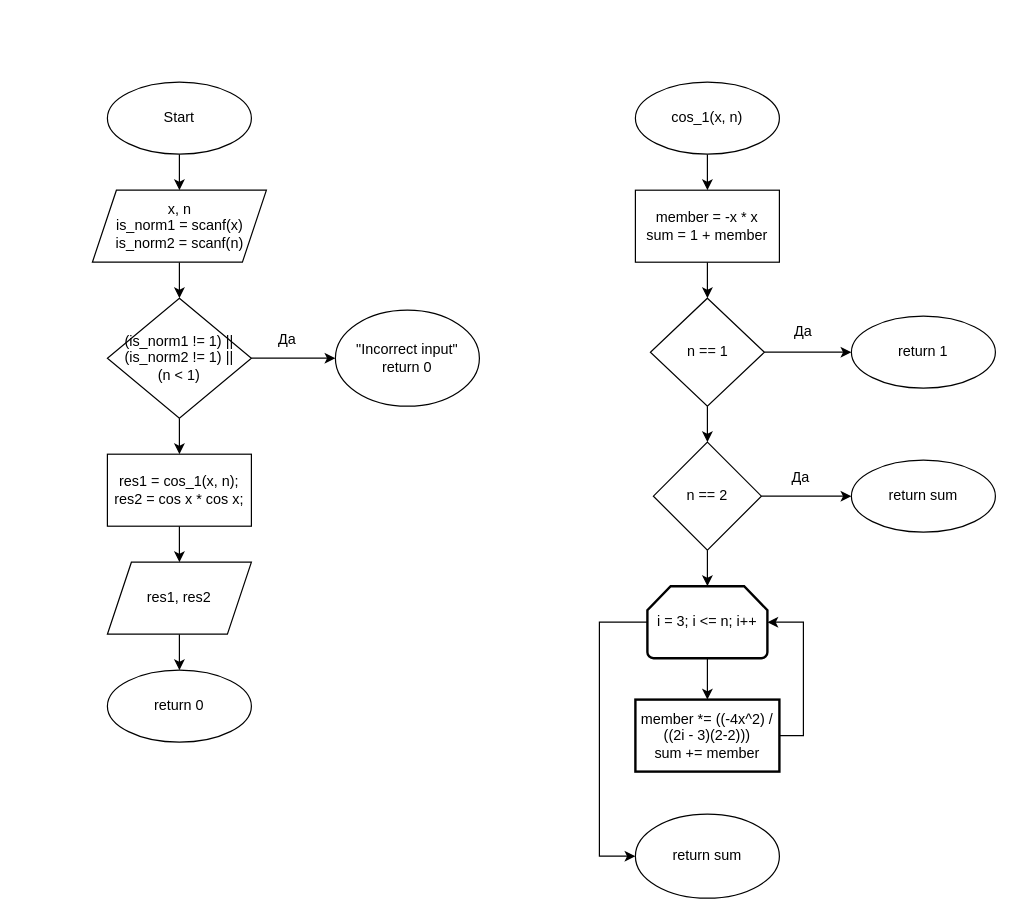
Earlier version of the draw.io diagram labs/lab2/lab2.drawio (Glebins/mephi_labs). Source tidied: cells renumbered, new cells numbered last; positions are measured from the earlier drawing's top-left corner, leaving out a move shared by most shapes. Both pictures are drawn from the tidied source at 120%, with x=0, y=0 at pixel (92, 82).
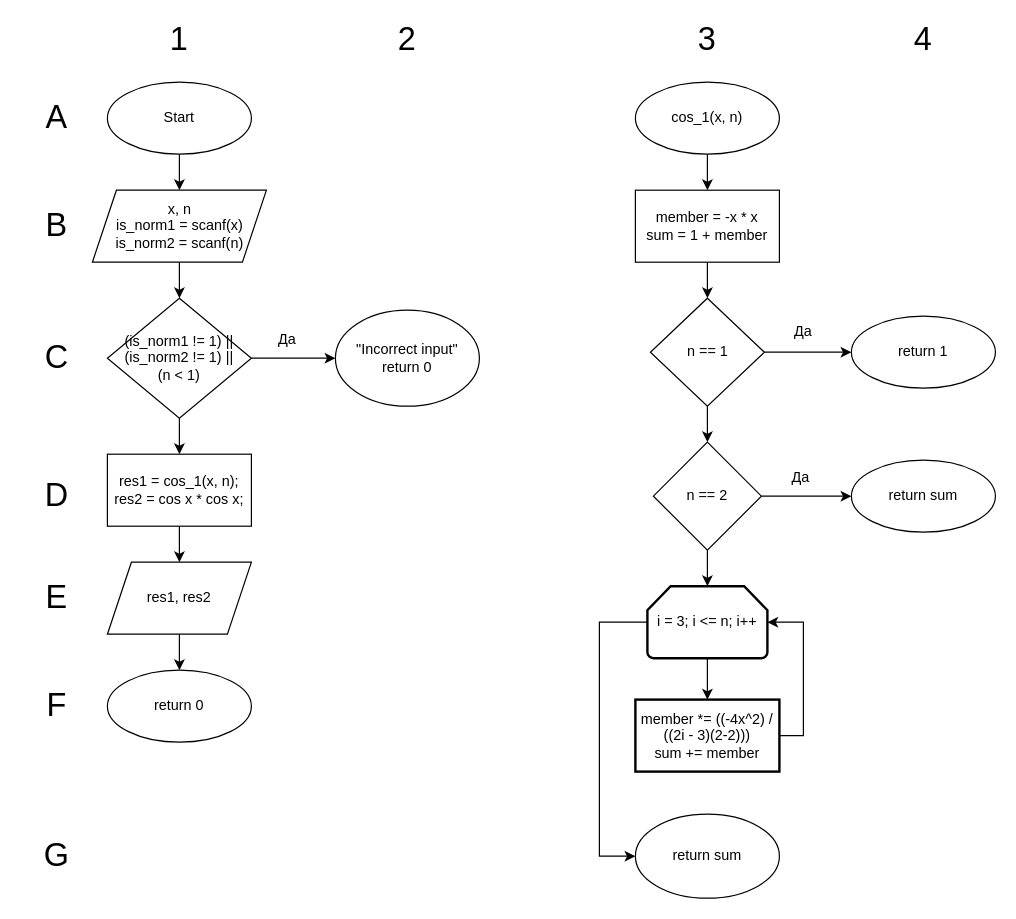
Above is the later version.

The edit, as a diff of the source:
```diff
@@
+    <mxCell id="36" value="&lt;font style=&quot;font-size: 27px;&quot;&gt;1&lt;/font&gt;" style="text;html=1;strokeColor=none;fillColor=none;align=center;verticalAlign=middle;whiteSpace=wrap;rounded=0;strokeWidth=10;" parent="1" vertex="1">
+      <mxGeometry x="42" y="-50" width="60" height="30" as="geometry" />
+    </mxCell>
+    <mxCell id="37" value="&lt;font style=&quot;font-size: 27px;&quot;&gt;A&lt;/font&gt;" style="text;html=1;strokeColor=none;fillColor=none;align=center;verticalAlign=middle;whiteSpace=wrap;rounded=0;strokeWidth=10;" parent="1" vertex="1">
+      <mxGeometry x="-60.5" y="15" width="60" height="30" as="geometry" />
+    </mxCell>
+    <mxCell id="38" value="&lt;font style=&quot;font-size: 27px;&quot;&gt;B&lt;/font&gt;" style="text;html=1;strokeColor=none;fillColor=none;align=center;verticalAlign=middle;whiteSpace=wrap;rounded=0;strokeWidth=10;" parent="1" vertex="1">
+      <mxGeometry x="-60.5" y="105" width="60" height="30" as="geometry" />
+    </mxCell>
+    <mxCell id="39" value="&lt;font style=&quot;font-size: 27px;&quot;&gt;C&lt;/font&gt;" style="text;html=1;strokeColor=none;fillColor=none;align=center;verticalAlign=middle;whiteSpace=wrap;rounded=0;strokeWidth=10;" parent="1" vertex="1">
+      <mxGeometry x="-60.5" y="215" width="60" height="30" as="geometry" />
+    </mxCell>
+    <mxCell id="40" value="&lt;font style=&quot;font-size: 27px;&quot;&gt;D&lt;/font&gt;" style="text;html=1;strokeColor=none;fillColor=none;align=center;verticalAlign=middle;whiteSpace=wrap;rounded=0;strokeWidth=10;" parent="1" vertex="1">
+      <mxGeometry x="-60.5" y="330" width="60" height="30" as="geometry" />
+    </mxCell>
+    <mxCell id="41" value="&lt;font style=&quot;font-size: 27px;&quot;&gt;E&lt;/font&gt;" style="text;html=1;strokeColor=none;fillColor=none;align=center;verticalAlign=middle;whiteSpace=wrap;rounded=0;strokeWidth=10;" parent="1" vertex="1">
+      <mxGeometry x="-60.5" y="415" width="60" height="30" as="geometry" />
+    </mxCell>
+    <mxCell id="42" value="&lt;font style=&quot;font-size: 27px;&quot;&gt;F&lt;/font&gt;" style="text;html=1;strokeColor=none;fillColor=none;align=center;verticalAlign=middle;whiteSpace=wrap;rounded=0;strokeWidth=10;" parent="1" vertex="1">
+      <mxGeometry x="-60.5" y="505" width="60" height="30" as="geometry" />
+    </mxCell>
+    <mxCell id="43" value="&lt;font style=&quot;font-size: 27px;&quot;&gt;2&lt;/font&gt;" style="text;html=1;strokeColor=none;fillColor=none;align=center;verticalAlign=middle;whiteSpace=wrap;rounded=0;strokeWidth=10;" parent="1" vertex="1">
+      <mxGeometry x="232" y="-50" width="60" height="30" as="geometry" />
+    </mxCell>
+    <mxCell id="44" value="&lt;font style=&quot;font-size: 27px;&quot;&gt;G&lt;/font&gt;" style="text;html=1;strokeColor=none;fillColor=none;align=center;verticalAlign=middle;whiteSpace=wrap;rounded=0;strokeWidth=10;" parent="1" vertex="1">
+      <mxGeometry x="-60.5" y="630" width="60" height="30" as="geometry" />
+    </mxCell>
+    <mxCell id="45" value="&lt;font style=&quot;font-size: 27px;&quot;&gt;3&lt;/font&gt;" style="text;html=1;strokeColor=none;fillColor=none;align=center;verticalAlign=middle;whiteSpace=wrap;rounded=0;strokeWidth=10;" parent="1" vertex="1">
+      <mxGeometry x="482" y="-50" width="60" height="30" as="geometry" />
+    </mxCell>
+    <mxCell id="46" value="&lt;font style=&quot;font-size: 27px;&quot;&gt;4&lt;/font&gt;" style="text;html=1;strokeColor=none;fillColor=none;align=center;verticalAlign=middle;whiteSpace=wrap;rounded=0;strokeWidth=10;" parent="1" vertex="1">
+      <mxGeometry x="662" y="-50" width="60" height="30" as="geometry" />
+    </mxCell>
```
